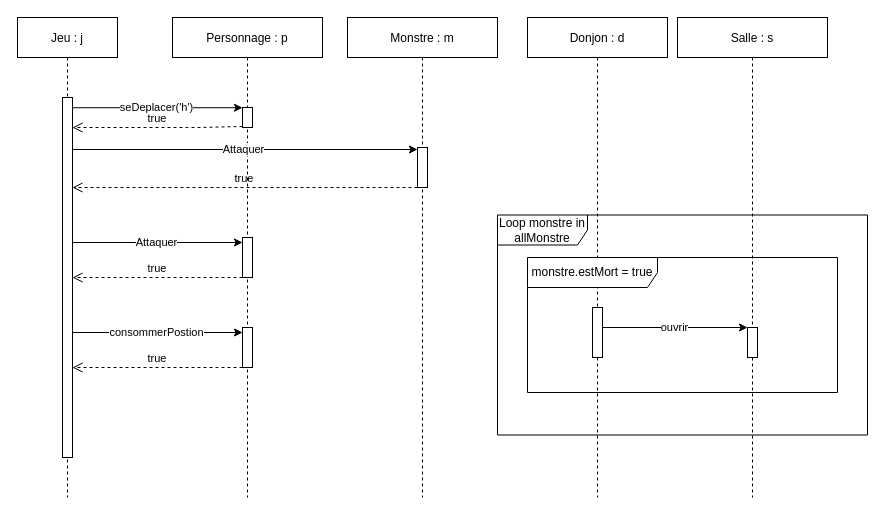
Above: Diagrammes/Diagrammes de séquences/Diagramme de sequence - Scenario3.drawio in Eoloc/M1MIAGE_ProjetUML (draw.io), before the change. Source tidied: cells renumbered, new cells numbered last; positions are measured from the earlier drawing's top-left corner, leaving out a move shared by most shapes. Both pictures are drawn from the tidied source at 100%, with x=0, y=0 at pixel (17, 17).
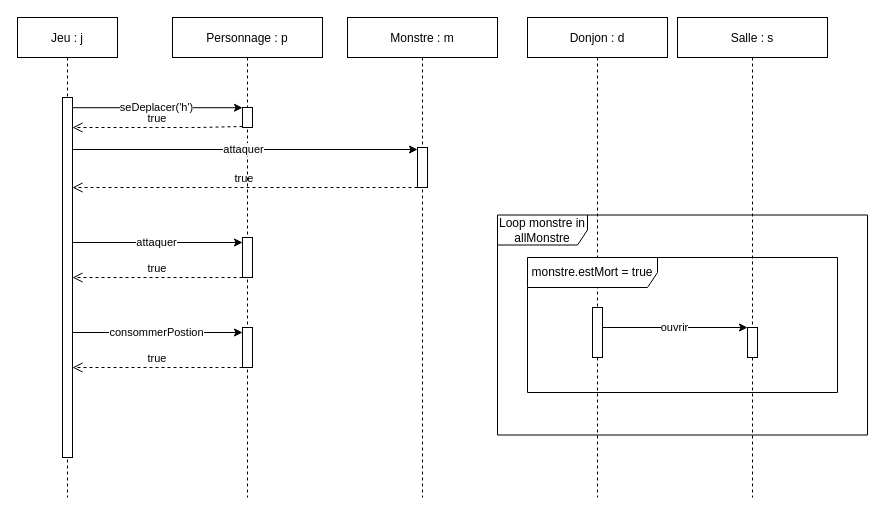
Above is the later version.

The change refers to these unchanged cells:
```xml
<mxCell id="3" style="points=[];perimeter=orthogonalPerimeter;rounded=0;shadow=0;strokeWidth=1;" parent="2" vertex="1">
  <mxGeometry x="45" y="80" width="10" height="360" as="geometry" />
</mxCell>
<mxCell id="13" style="points=[];perimeter=orthogonalPerimeter;rounded=0;shadow=0;strokeWidth=1;" parent="12" vertex="1">
  <mxGeometry x="70" y="130" width="10" height="40" as="geometry" />
</mxCell>
```

Diff of the diagram source:
```diff
@@
-    <mxCell id="14" value="Attaquer" style="endArrow=classic;html=1;entryX=0;entryY=0.125;entryDx=0;entryDy=0;entryPerimeter=0;" parent="1" edge="1">
+    <mxCell id="14" value="&#10;&#10;&lt;span style=&quot;color: rgb(0, 0, 0); font-family: helvetica; font-size: 11px; font-style: normal; font-weight: 400; letter-spacing: normal; text-align: center; text-indent: 0px; text-transform: none; word-spacing: 0px; background-color: rgb(255, 255, 255); display: inline; float: none;&quot;&gt;attaquer&lt;/span&gt;&#10;&#10;" style="endArrow=classic;html=1;entryX=0;entryY=0.125;entryDx=0;entryDy=0;entryPerimeter=0;" parent="1" edge="1">
       <mxGeometry x="-0.01" relative="1" as="geometry">
         <mxPoint x="55" y="225" as="sourcePoint" />
         <mxPoint x="225" y="225" as="targetPoint" />
       </mxGeometry>
     </mxCell>
-    <mxCell id="15" value="Attaquer" style="endArrow=classic;html=1;entryX=0;entryY=0.05;entryDx=0;entryDy=0;entryPerimeter=0;" parent="1" edge="1" source="3" target="13">
+    <mxCell id="15" value="attaquer" style="endArrow=classic;html=1;entryX=0;entryY=0.05;entryDx=0;entryDy=0;entryPerimeter=0;" parent="1" edge="1" source="3" target="13">
       <mxGeometry x="-0.01" relative="1" as="geometry" />
     </mxCell>
```
